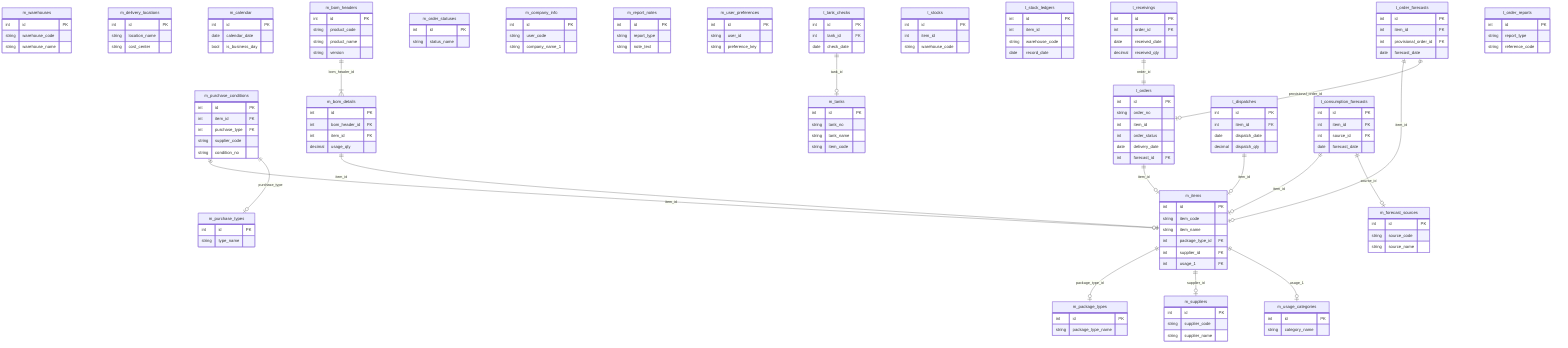
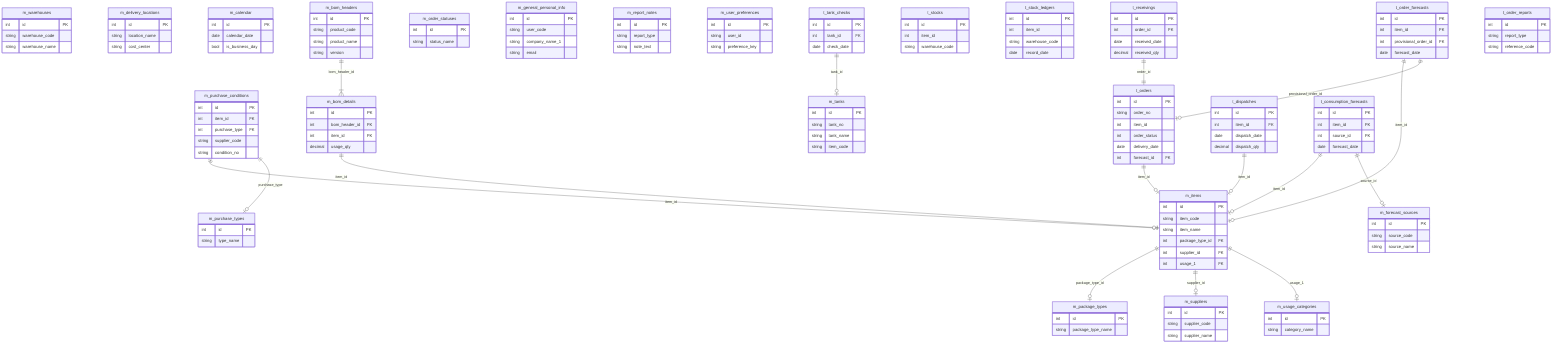
erDiagram
    m_items {
        int id PK
        string item_code
        string item_name
        int package_type_id FK
        int supplier_id FK
        int usage_1 FK
    }

    m_suppliers {
        int id PK
        string supplier_code
        string supplier_name
    }

    m_purchase_conditions {
        int id PK
        int item_id FK
        int purchase_type FK
        string supplier_code
        string condition_no
    }

    m_warehouses {
        int id PK
        string warehouse_code
        string warehouse_name
    }

    m_tanks {
        int id PK
        string tank_no
        string tank_name
        string item_code
    }

    m_delivery_locations {
        int id PK
        string location_name
        string cost_center
    }

    m_calendar {
        int id PK
        date calendar_date
        bool is_business_day
    }

    m_bom_headers {
        int id PK
        string product_code
        string product_name
        string version
    }

    m_bom_details {
        int id PK
        int bom_header_id FK
        int item_id FK
        decimal usage_qty
    }

    m_package_types {
        int id PK
        string package_type_name
    }

    m_purchase_types {
        int id PK
        string type_name
    }

    m_order_statuses {
        int id PK
        string status_name
    }

    m_forecast_sources {
        int id PK
        string source_code
        string source_name
    }

    m_usage_categories {
        int id PK
        string category_name
    }

-     m_company_info {
+     m_general_personal_info {
        int id PK
        string user_code
        string company_name_1
+         string email
    }

    m_report_notes {
        int id PK
        string report_type
        string note_text
    }

    m_user_preferences {
        int id PK
        string user_id
        string preference_key
    }

    t_orders {
        int id PK
        string order_no
        int item_id
        int order_status
        date delivery_date
        int forecast_id FK
    }

    t_receivings {
        int id PK
        int order_id FK
        date received_date
        decimal received_qty
    }

    t_dispatches {
        int id PK
        int item_id FK
        date dispatch_date
        decimal dispatch_qty
    }

    t_stocks {
        int id PK
        int item_id
        string warehouse_code
    }

    t_stock_ledgers {
        int id PK
        int item_id
        string warehouse_code
        date record_date
    }

    t_order_forecasts {
        int id PK
        int item_id FK
        int provisional_order_id FK
        date forecast_date
    }

    t_consumption_forecasts {
        int id PK
        int item_id FK
        int source_id FK
        date forecast_date
    }

    t_tank_checks {
        int id PK
        int tank_id FK
        date check_date
    }

    t_order_reports {
        int id PK
        string report_type
        string reference_code
    }

    m_items ||--o| m_package_types : "package_type_id"
    m_items ||--o| m_suppliers : "supplier_id"
    m_items ||--o| m_usage_categories : "usage_1"
    m_purchase_conditions ||--o| m_items : "item_id"
    m_purchase_conditions ||--o| m_purchase_types : "purchase_type"
    m_bom_headers ||--|{ m_bom_details : "bom_header_id"
    m_bom_details ||--o| m_items : "item_id"
    t_orders ||--o| m_items : "item_id"
    t_receivings ||--|| t_orders : "order_id"
    t_dispatches ||--o| m_items : "item_id"
    t_order_forecasts ||--o| m_items : "item_id"
    t_order_forecasts ||--o| t_orders : "provisional_order_id"
    t_consumption_forecasts ||--o| m_items : "item_id"
    t_consumption_forecasts ||--o| m_forecast_sources : "source_id"
    t_tank_checks ||--o| m_tanks : "tank_id"
